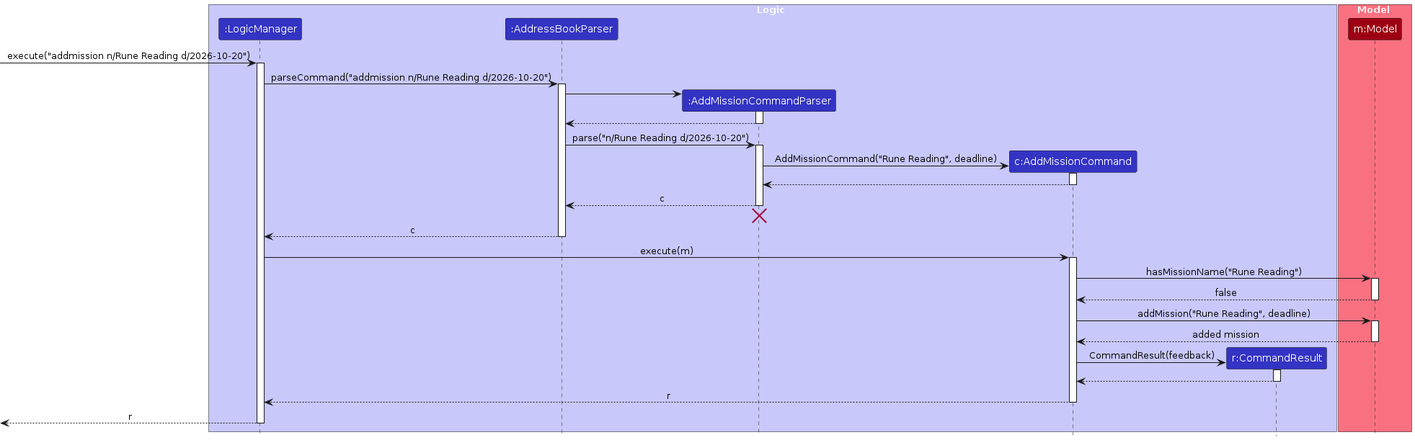
Above: diagrams/AddMissionSequenceDiagram.png in AY2627S1-CS2103T-F14a-1/tp (PlantUML), before the change. Its source is kept beside it as diagrams/AddMissionSequenceDiagram.puml. The source it was exported from:
```plantuml
@startuml
!include style.puml
skinparam ArrowFontStyle plain
box Logic LOGIC_COLOR_T1
participant ":LogicManager" as L LOGIC_COLOR
participant ":AddressBookParser" as A LOGIC_COLOR
participant ":AddMissionCommandParser" as P LOGIC_COLOR
participant "c:AddMissionCommand" as C LOGIC_COLOR
participant "r:CommandResult" as R LOGIC_COLOR
end box
box Model MODEL_COLOR_T1
participant "m:Model" as M MODEL_COLOR
end box
[-> L : execute("addmission n/Rune Reading d/2026-10-20")
activate L
L -> A : parseCommand("addmission n/Rune Reading d/2026-10-20")
activate A
create P
A -> P
activate P
P --> A
deactivate P
A -> P : parse("n/Rune Reading d/2026-10-20")
activate P
create C
P -> C : AddMissionCommand("Rune Reading", deadline)
activate C
C --> P
deactivate C
P --> A : c
deactivate P
P -[hidden]-> A
destroy P
A --> L : c
deactivate A
L -> C : execute(m)
activate C
C -> M : hasMissionName("Rune Reading")
activate M
M --> C : false
deactivate M
C -> M : addMission("Rune Reading", deadline)
activate M
M --> C : added mission
deactivate M
create R
C -> R : CommandResult(feedback)
activate R
R --> C
deactivate R
C --> L : r
deactivate C
[<-- L : r
deactivate L
@enduml
```
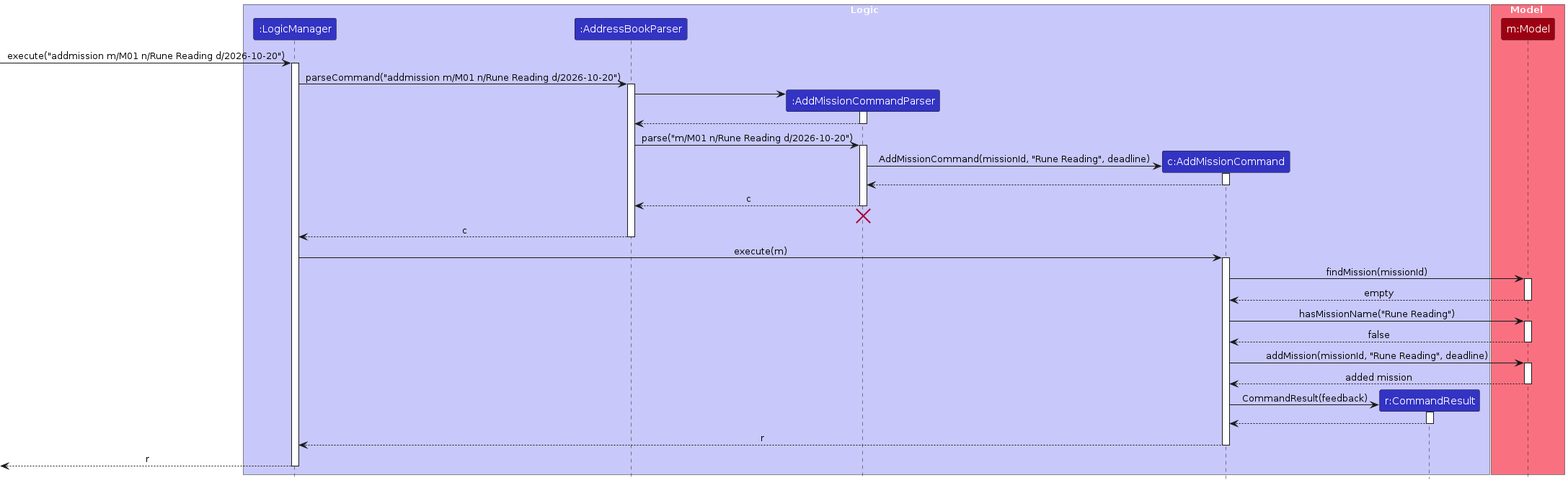
Above is the later version.

What changed in the source:
```diff
@@ -11,19 +11,19 @@
 box Model MODEL_COLOR_T1
 participant "m:Model" as M MODEL_COLOR
 end box
-[-> L : execute("addmission n/Rune Reading d/2026-10-20")
+[-> L : execute("addmission m/M01 n/Rune Reading d/2026-10-20")
 activate L
-L -> A : parseCommand("addmission n/Rune Reading d/2026-10-20")
+L -> A : parseCommand("addmission m/M01 n/Rune Reading d/2026-10-20")
 activate A
 create P
 A -> P
 activate P
 P --> A
 deactivate P
-A -> P : parse("n/Rune Reading d/2026-10-20")
+A -> P : parse("m/M01 n/Rune Reading d/2026-10-20")
 activate P
 create C
-P -> C : AddMissionCommand("Rune Reading", deadline)
+P -> C : AddMissionCommand(missionId, "Rune Reading", deadline)
 activate C
 C --> P
 deactivate C
@@ -35,11 +35,15 @@
 deactivate A
 L -> C : execute(m)
 activate C
+C -> M : findMission(missionId)
+activate M
+M --> C : empty
+deactivate M
 C -> M : hasMissionName("Rune Reading")
 activate M
 M --> C : false
 deactivate M
-C -> M : addMission("Rune Reading", deadline)
+C -> M : addMission(missionId, "Rune Reading", deadline)
 activate M
 M --> C : added mission
 deactivate M
```
